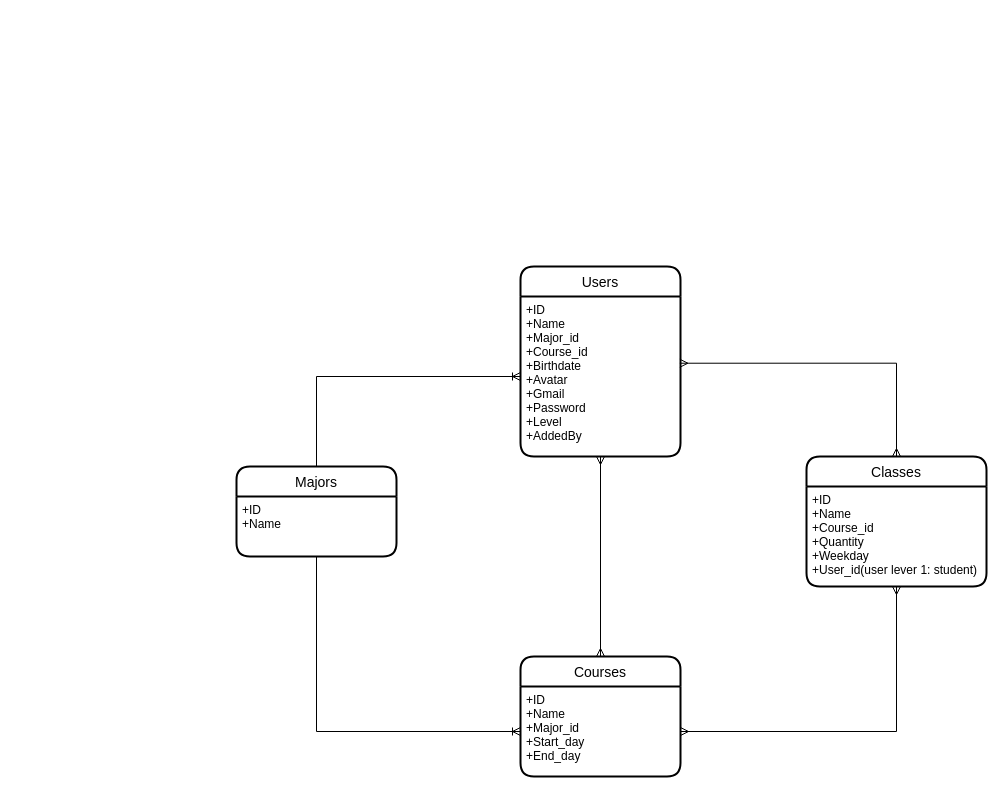
The draw.io diagram page "Tổng thể" (1 of 4) of Document/SoDoThucThe.drawio in Prox404/doAn2J2schoolTeam21, before the edit. Source tidied: cells renumbered, new cells numbered last; positions are measured from the earlier drawing's top-left corner, leaving out a move shared by most shapes. Both pictures are drawn from the tidied source at 100%, with x=0, y=0 at pixel (236, 266).
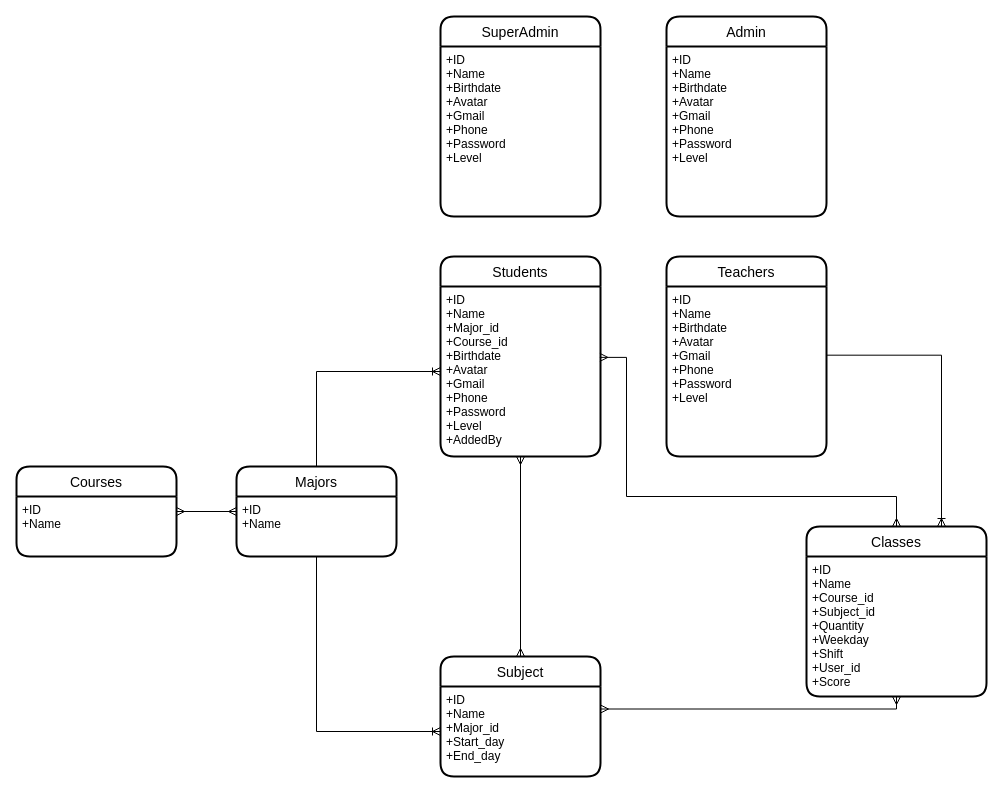
Above is the later version.

Commit message (it also covers changes not shown here):
Update Entity Diagram

Unchanged cells that the change refers to:
```xml
<mxCell id="8" value="+ID&#10;+Name" style="align=left;strokeColor=none;fillColor=none;spacingLeft=4;fontSize=12;verticalAlign=top;" parent="7" vertex="1">
  <mxGeometry y="30" width="160" height="60" as="geometry" />
</mxCell>
<mxCell id="10" value="+ID&#10;+Name&#10;+Major_id&#10;+Start_day&#10;+End_day" style="align=left;strokeColor=none;fillColor=none;spacingLeft=4;fontSize=12;verticalAlign=top;" parent="9" vertex="1">
  <mxGeometry y="30" width="160" height="90" as="geometry" />
</mxCell>
```

What changed in the source:
```diff
@@
-    <mxCell id="2" value="Users" style="swimlane;horizontal=1;startSize=30;rounded=1;fontSize=14;fontStyle=0;strokeWidth=2;shadow=0;dashed=0;align=center;" parent="1" vertex="1">
-      <mxGeometry x="284" width="160" height="190" as="geometry" />
+    <mxCell id="2" value="Students" style="swimlane;horizontal=1;startSize=30;rounded=1;fontSize=14;fontStyle=0;strokeWidth=2;shadow=0;dashed=0;align=center;" parent="1" vertex="1">
+      <mxGeometry x="204" y="-10" width="160" height="200" as="geometry" />
     </mxCell>
-    <mxCell id="3" value="+ID&#10;+Name&#10;+Major_id&#10;+Course_id&#10;+Birthdate&#10;+Avatar&#10;+Gmail&#10;+Password&#10;+Level&#10;+AddedBy" style="align=left;strokeColor=none;fillColor=none;spacingLeft=4;fontSize=12;verticalAlign=top;" parent="2" vertex="1">
-      <mxGeometry y="30" width="160" height="160" as="geometry" />
+    <mxCell id="3" value="+ID&#10;+Name&#10;+Major_id&#10;+Course_id&#10;+Birthdate&#10;+Avatar&#10;+Gmail&#10;+Phone&#10;+Password&#10;+Level&#10;+AddedBy" style="align=left;strokeColor=none;fillColor=none;spacingLeft=4;fontSize=12;verticalAlign=top;" parent="2" vertex="1">
+      <mxGeometry y="30" width="160" height="170" as="geometry" />
     </mxCell>
     <mxCell id="4" value="Classes" style="swimlane;horizontal=1;startSize=30;rounded=1;fontSize=14;fontStyle=0;strokeWidth=2;shadow=0;dashed=0;align=center;" parent="1" vertex="1">
-      <mxGeometry x="570" y="190" width="180" height="130" as="geometry" />
+      <mxGeometry x="570" y="260" width="180" height="170" as="geometry" />
     </mxCell>
@@
-    <mxCell id="6" value="+ID&#10;+Name&#10;+Course_id&#10;+Quantity&#10;+Weekday&#10;+User_id(user lever 1: student)" style="align=left;strokeColor=none;fillColor=none;spacingLeft=4;fontSize=12;verticalAlign=top;" parent="4" vertex="1">
-      <mxGeometry y="30" width="180" height="100" as="geometry" />
+    <mxCell id="6" value="+ID&#10;+Name&#10;+Course_id&#10;+Subject_id&#10;+Quantity&#10;+Weekday&#10;+Shift&#10;+User_id&#10;+Score" style="align=left;strokeColor=none;fillColor=none;spacingLeft=4;fontSize=12;verticalAlign=top;" parent="4" vertex="1">
+      <mxGeometry y="30" width="180" height="140" as="geometry" />
     </mxCell>
@@
-    <mxCell id="9" value="Courses" style="swimlane;horizontal=1;startSize=30;rounded=1;fontSize=14;fontStyle=0;strokeWidth=2;shadow=0;dashed=0;align=center;" parent="1" vertex="1">
-      <mxGeometry x="284" y="390" width="160" height="120" as="geometry" />
+    <mxCell id="9" value="Subject" style="swimlane;horizontal=1;startSize=30;rounded=1;fontSize=14;fontStyle=0;strokeWidth=2;shadow=0;dashed=0;align=center;" parent="1" vertex="1">
+      <mxGeometry x="204" y="390" width="160" height="120" as="geometry" />
     </mxCell>
@@
     <mxCell id="11" style="edgeStyle=orthogonalEdgeStyle;fontSize=12;html=1;endArrow=ERmany;startArrow=ERmany;rounded=0;entryX=0.5;entryY=0;entryDx=0;entryDy=0;exitX=0.996;exitY=0.417;exitDx=0;exitDy=0;exitPerimeter=0;" parent="1" edge="1" source="3" target="4">
       <mxGeometry relative="1" as="geometry">
         <Array as="points">
-          <mxPoint x="660" y="97" />
+          <mxPoint x="390" y="91" />
+          <mxPoint x="390" y="230" />
+          <mxPoint x="660" y="230" />
         </Array>
       </mxGeometry>
     </mxCell>
@@
-    <mxCell id="14" style="edgeStyle=orthogonalEdgeStyle;fontSize=12;html=1;endArrow=ERmany;startArrow=ERmany;rounded=0;exitX=1;exitY=0.5;exitDx=0;exitDy=0;entryX=0.5;entryY=1;entryDx=0;entryDy=0;" parent="1" edge="1" source="10" target="6">
+    <mxCell id="14" style="edgeStyle=orthogonalEdgeStyle;fontSize=12;html=1;endArrow=ERmany;startArrow=ERmany;rounded=0;exitX=1;exitY=0.25;exitDx=0;exitDy=0;entryX=0.5;entryY=1;entryDx=0;entryDy=0;" parent="1" edge="1" source="10" target="6">
       <mxGeometry relative="1" as="geometry" />
     </mxCell>
@@
+    <mxCell id="16" value="Teachers" style="swimlane;horizontal=1;startSize=30;rounded=1;fontSize=14;fontStyle=0;strokeWidth=2;shadow=0;dashed=0;align=center;" parent="1" vertex="1">
+      <mxGeometry x="430" y="-10" width="160" height="200" as="geometry" />
+    </mxCell>
+    <mxCell id="17" value="+ID&#10;+Name&#10;+Birthdate&#10;+Avatar&#10;+Gmail&#10;+Phone&#10;+Password&#10;+Level" style="align=left;strokeColor=none;fillColor=none;spacingLeft=4;fontSize=12;verticalAlign=top;" parent="16" vertex="1">
+      <mxGeometry y="30" width="160" height="170" as="geometry" />
+    </mxCell>
+    <mxCell id="18" style="edgeStyle=orthogonalEdgeStyle;fontSize=12;html=1;endArrow=ERoneToMany;rounded=0;exitX=1;exitY=0.404;exitDx=0;exitDy=0;exitPerimeter=0;entryX=0.75;entryY=0;entryDx=0;entryDy=0;" parent="1" edge="1" source="17" target="4">
+      <mxGeometry relative="1" as="geometry" />
+    </mxCell>
+    <mxCell id="19" value="Courses" style="swimlane;horizontal=1;startSize=30;rounded=1;fontSize=14;fontStyle=0;strokeWidth=2;shadow=0;dashed=0;align=center;" parent="1" vertex="1">
+      <mxGeometry x="-220" y="200" width="160" height="90" as="geometry" />
+    </mxCell>
+    <mxCell id="20" value="+ID&#10;+Name&#10;" style="align=left;strokeColor=none;fillColor=none;spacingLeft=4;fontSize=12;verticalAlign=top;" parent="19" vertex="1">
+      <mxGeometry y="30" width="160" height="60" as="geometry" />
+    </mxCell>
+    <mxCell id="21" style="fontSize=12;html=1;endArrow=ERmany;startArrow=ERmany;rounded=0;exitX=1;exitY=0.25;exitDx=0;exitDy=0;entryX=0;entryY=0.25;entryDx=0;entryDy=0;" parent="1" edge="1" source="20" target="8">
+      <mxGeometry relative="1" as="geometry" />
+    </mxCell>
+    <mxCell id="22" value="SuperAdmin" style="swimlane;horizontal=1;startSize=30;rounded=1;fontSize=14;fontStyle=0;strokeWidth=2;shadow=0;dashed=0;align=center;" parent="1" vertex="1">
+      <mxGeometry x="204" y="-250" width="160" height="200" as="geometry" />
+    </mxCell>
+    <mxCell id="23" value="+ID&#10;+Name&#10;+Birthdate&#10;+Avatar&#10;+Gmail&#10;+Phone&#10;+Password&#10;+Level" style="align=left;strokeColor=none;fillColor=none;spacingLeft=4;fontSize=12;verticalAlign=top;" parent="22" vertex="1">
+      <mxGeometry y="30" width="160" height="170" as="geometry" />
+    </mxCell>
+    <mxCell id="24" value="Admin" style="swimlane;horizontal=1;startSize=30;rounded=1;fontSize=14;fontStyle=0;strokeWidth=2;shadow=0;dashed=0;align=center;" parent="1" vertex="1">
+      <mxGeometry x="430" y="-250" width="160" height="200" as="geometry" />
+    </mxCell>
+    <mxCell id="25" value="+ID&#10;+Name&#10;+Birthdate&#10;+Avatar&#10;+Gmail&#10;+Phone&#10;+Password&#10;+Level" style="align=left;strokeColor=none;fillColor=none;spacingLeft=4;fontSize=12;verticalAlign=top;" parent="24" vertex="1">
+      <mxGeometry y="30" width="160" height="170" as="geometry" />
+    </mxCell>
```
